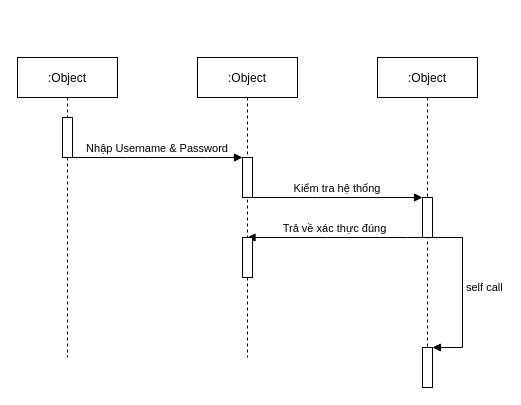
Before: Untitled Diagram.drawio in LuanMinhNguyen/nhom2thuctapchuyennganh, a draw.io diagram. Source tidied: cells renumbered, new cells numbered last; positions are measured from the earlier drawing's top-left corner, leaving out a move shared by most shapes. Both pictures are drawn from the tidied source at 100%, with x=0, y=0 at pixel (17, 57).
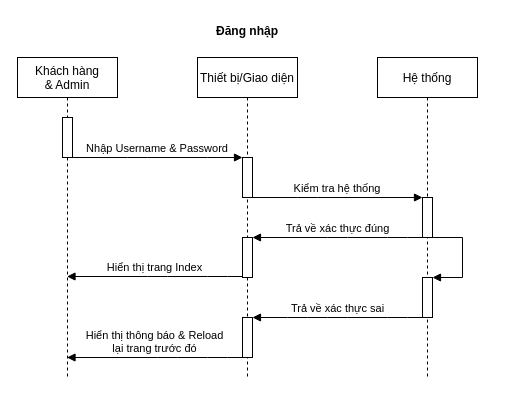
Above is the later version.

Unchanged cells that the change refers to:
```xml
<mxCell id="8" style="points=[];perimeter=orthogonalPerimeter;rounded=0;shadow=0;strokeWidth=1;" parent="7" vertex="1">
  <mxGeometry x="45" y="140" width="10" height="40" as="geometry" />
</mxCell>
<mxCell id="13" style="points=[];perimeter=orthogonalPerimeter;rounded=0;shadow=0;strokeWidth=1;" parent="1" vertex="1">
  <mxGeometry x="225" y="180" width="10" height="40" as="geometry" />
</mxCell>
```

What changed in the source:
```diff
@@
-    <mxCell id="2" value=":Object" style="shape=umlLifeline;perimeter=lifelinePerimeter;rounded=0;shadow=0;strokeWidth=1;" parent="1" vertex="1">
-      <mxGeometry width="100" height="300" as="geometry" />
+    <mxCell id="2" value="Khách hàng&#10;&amp; Admin" style="shape=umlLifeline;perimeter=lifelinePerimeter;rounded=0;shadow=0;strokeWidth=1;" parent="1" vertex="1">
+      <mxGeometry width="100" height="320" as="geometry" />
     </mxCell>
@@
-    <mxCell id="4" value=":Object" style="shape=umlLifeline;perimeter=lifelinePerimeter;rounded=0;shadow=0;strokeWidth=1;" parent="1" vertex="1">
-      <mxGeometry x="180" width="100" height="300" as="geometry" />
+    <mxCell id="4" value="Thiết bị/Giao diện" style="shape=umlLifeline;perimeter=lifelinePerimeter;rounded=0;shadow=0;strokeWidth=1;" parent="1" vertex="1">
+      <mxGeometry x="180" width="100" height="320" as="geometry" />
     </mxCell>
@@
-    <mxCell id="7" value=":Object" style="shape=umlLifeline;perimeter=lifelinePerimeter;rounded=0;shadow=0;strokeWidth=1;" parent="1" vertex="1">
-      <mxGeometry x="360" width="100" height="300" as="geometry" />
+    <mxCell id="7" value="Hệ thống" style="shape=umlLifeline;perimeter=lifelinePerimeter;rounded=0;shadow=0;strokeWidth=1;" parent="1" vertex="1">
+      <mxGeometry x="360" width="100" height="320" as="geometry" />
     </mxCell>
@@
     <mxCell id="10" style="html=1;points=[];perimeter=orthogonalPerimeter;" parent="1" vertex="1">
-      <mxGeometry x="405" y="290" width="10" height="40" as="geometry" />
+      <mxGeometry x="405" y="220" width="10" height="40" as="geometry" />
     </mxCell>
-    <mxCell id="11" value="self call" style="edgeStyle=orthogonalEdgeStyle;html=1;align=left;spacingLeft=2;endArrow=block;rounded=0;entryX=1;entryY=0;" parent="1" edge="1" target="10">
+    <mxCell id="11" style="edgeStyle=orthogonalEdgeStyle;html=1;align=left;spacingLeft=2;endArrow=block;rounded=0;entryX=1;entryY=0;" parent="1" edge="1" target="10">
       <mxGeometry relative="1" as="geometry">
         <mxPoint x="415" y="170" as="sourcePoint" />
         <Array as="points">
           <mxPoint x="415" y="180" />
           <mxPoint x="445" y="180" />
-          <mxPoint x="445" y="290" />
+          <mxPoint x="445" y="220" />
         </Array>
       </mxGeometry>
     </mxCell>
-    <mxCell id="12" value="Trả về xác thực đúng" style="html=1;verticalAlign=bottom;endArrow=block;" parent="1" edge="1" source="8" target="4">
+    <mxCell id="12" value="Trả về xác thực đúng" style="html=1;verticalAlign=bottom;endArrow=block;" parent="1" edge="1" source="8" target="13">
       <mxGeometry relative="1" as="geometry">
         <Array as="points">
           <mxPoint x="380" y="180" />
           <mxPoint x="320" y="180" />
         </Array>
       </mxGeometry>
     </mxCell>
@@
+    <mxCell id="14" value="Hiển thị trang Index" style="html=1;verticalAlign=bottom;endArrow=block;" parent="1" edge="1" source="13" target="2">
+      <mxGeometry relative="1" as="geometry">
+        <Array as="points">
+          <mxPoint x="200" y="219" />
+          <mxPoint x="140" y="219" />
+        </Array>
+      </mxGeometry>
+    </mxCell>
+    <mxCell id="15" value="Trả về xác thực sai" style="html=1;verticalAlign=bottom;endArrow=block;" parent="1" edge="1" source="10" target="16">
+      <mxGeometry relative="1" as="geometry">
+        <Array as="points">
+          <mxPoint x="380" y="260" />
+          <mxPoint x="320" y="260" />
+          <mxPoint x="280" y="260" />
+        </Array>
+      </mxGeometry>
+    </mxCell>
+    <mxCell id="16" style="html=1;points=[];perimeter=orthogonalPerimeter;" parent="1" vertex="1">
+      <mxGeometry x="225" y="260" width="10" height="40" as="geometry" />
+    </mxCell>
+    <mxCell id="17" value="Hiển thị thông báo &amp;amp; Reload &lt;br&gt;lại trang trước đó" style="html=1;verticalAlign=bottom;endArrow=block;" parent="1" edge="1" source="16" target="2">
+      <mxGeometry relative="1" as="geometry">
+        <Array as="points">
+          <mxPoint x="200" y="300" />
+          <mxPoint x="150" y="300" />
+        </Array>
+      </mxGeometry>
+    </mxCell>
+    <mxCell id="18" value="Đăng nhập" style="text;align=center;fontStyle=1;verticalAlign=middle;spacingLeft=3;spacingRight=3;strokeColor=none;" parent="1" vertex="1">
+      <mxGeometry x="190" y="-40" width="80" height="26" as="geometry" />
+    </mxCell>
```
